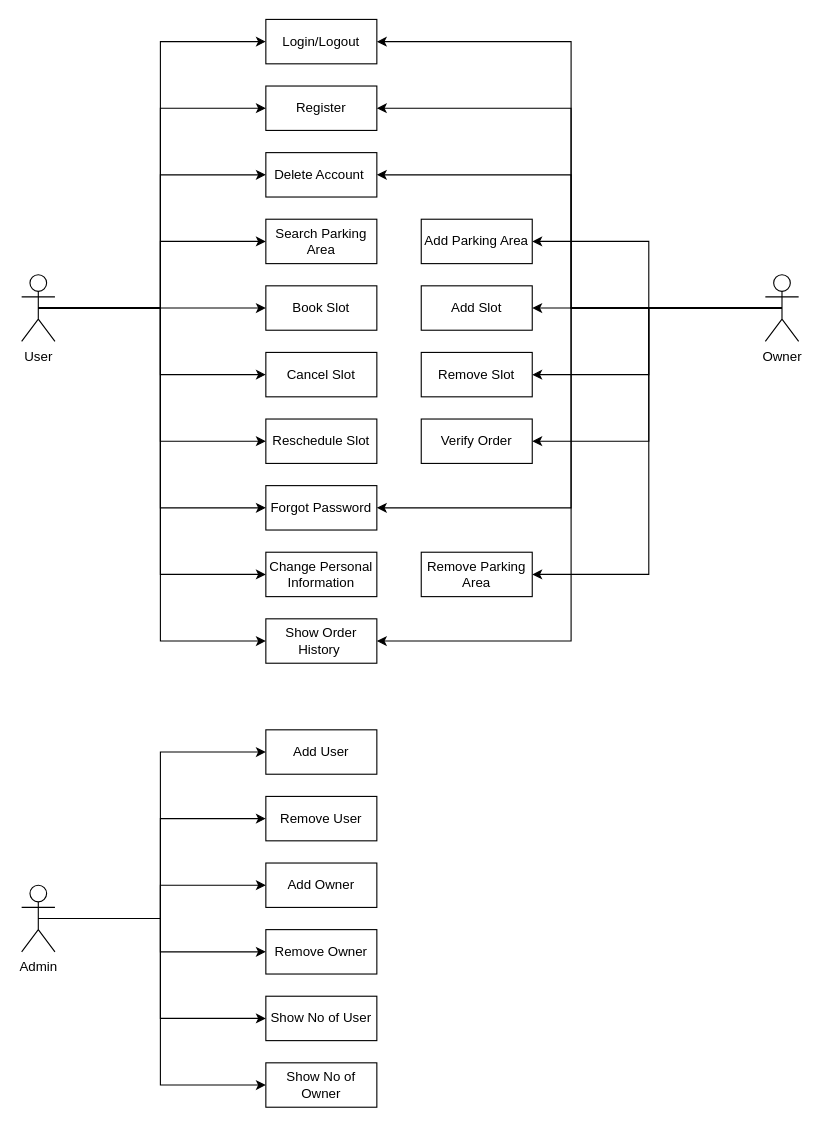
The draw.io diagram Use Case Diagram.drawio in dhavanikgithub/Capstone-Project1, before the edit. Source tidied: cells renumbered, new cells numbered last; positions are measured from the earlier drawing's top-left corner, leaving out a move shared by most shapes. Both pictures are drawn from the tidied source at 111%, with x=0, y=0 at pixel (21, 19).
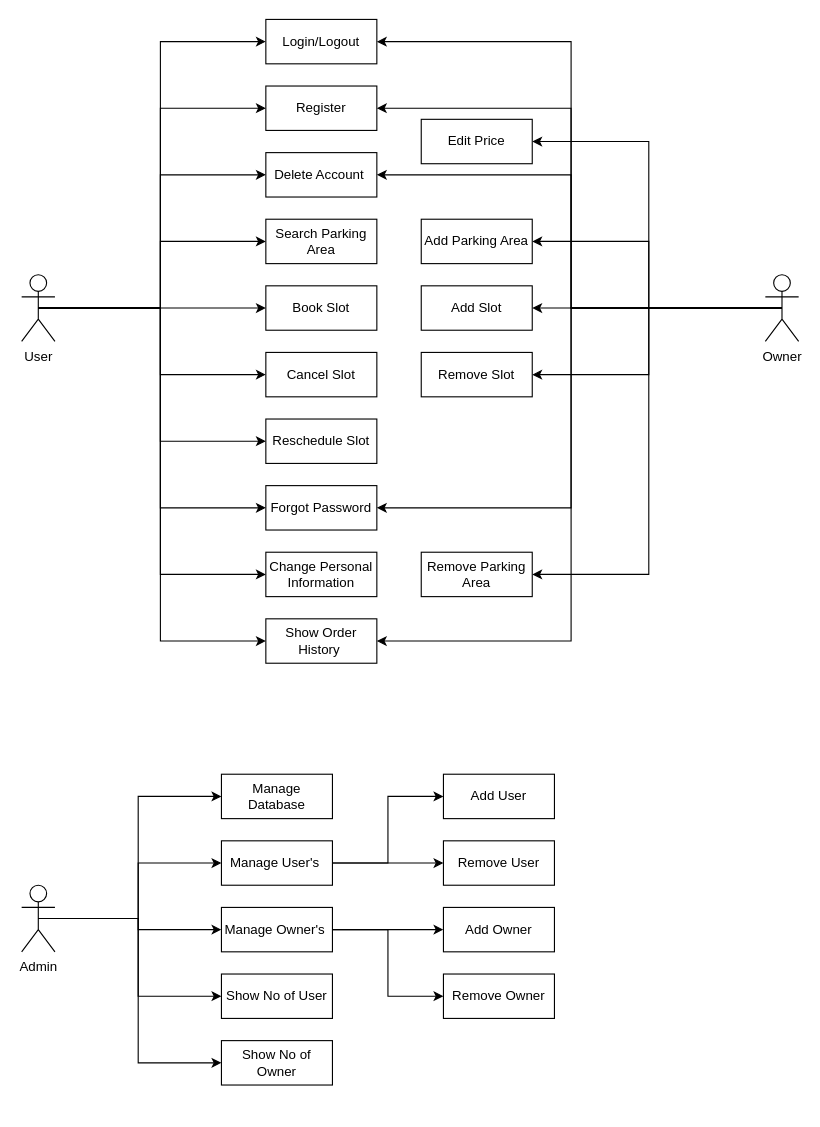
Above is the later version.

Unchanged cells that the change refers to:
```xml
<mxCell id="33" value="Owner" style="shape=umlActor;verticalLabelPosition=bottom;verticalAlign=top;html=1;outlineConnect=0;" parent="1" vertex="1">
  <mxGeometry x="670" y="230" width="30" height="60" as="geometry" />
</mxCell>
<mxCell id="45" value="Admin" style="shape=umlActor;verticalLabelPosition=bottom;verticalAlign=top;html=1;outlineConnect=0;" parent="1" vertex="1">
  <mxGeometry y="780" width="30" height="60" as="geometry" />
</mxCell>
```

Diff of the diagram source:
```diff
@@
-    <mxCell id="31" style="edgeStyle=orthogonalEdgeStyle;rounded=0;jettySize=auto;html=1;exitX=0.5;exitY=0.5;exitDx=0;exitDy=0;exitPerimeter=0;entryX=1;entryY=0.5;entryDx=0;entryDy=0;" parent="1" edge="1" source="33" target="37">
-      <mxGeometry relative="1" as="geometry" />
-    </mxCell>
@@
+    <mxCell id="52" style="edgeStyle=orthogonalEdgeStyle;rounded=0;jettySize=auto;html=1;exitX=0.5;exitY=0.5;exitDx=0;exitDy=0;exitPerimeter=0;entryX=1;entryY=0.5;entryDx=0;entryDy=0;fontSize=12;" parent="1" edge="1" source="33" target="63">
+      <mxGeometry relative="1" as="geometry" />
+    </mxCell>
@@
-    <mxCell id="37" value="Verify Order" style="rounded=0;whiteSpace=wrap;html=1;" parent="1" vertex="1">
-      <mxGeometry x="360" y="360" width="100" height="40" as="geometry" />
-    </mxCell>
@@
-    <mxCell id="39" style="edgeStyle=orthogonalEdgeStyle;rounded=0;jettySize=auto;html=1;exitX=0.5;exitY=0.5;exitDx=0;exitDy=0;exitPerimeter=0;entryX=0;entryY=0.5;entryDx=0;entryDy=0;" parent="1" edge="1" source="45" target="46">
-      <mxGeometry relative="1" as="geometry" />
-    </mxCell>
-    <mxCell id="40" style="edgeStyle=orthogonalEdgeStyle;rounded=0;jettySize=auto;html=1;exitX=0.5;exitY=0.5;exitDx=0;exitDy=0;exitPerimeter=0;entryX=0;entryY=0.5;entryDx=0;entryDy=0;" parent="1" edge="1" source="45" target="47">
-      <mxGeometry relative="1" as="geometry" />
-    </mxCell>
-    <mxCell id="41" style="edgeStyle=orthogonalEdgeStyle;rounded=0;jettySize=auto;html=1;exitX=0.5;exitY=0.5;exitDx=0;exitDy=0;exitPerimeter=0;entryX=0;entryY=0.5;entryDx=0;entryDy=0;" parent="1" edge="1" source="45" target="48">
-      <mxGeometry relative="1" as="geometry" />
-    </mxCell>
-    <mxCell id="42" style="edgeStyle=orthogonalEdgeStyle;rounded=0;jettySize=auto;html=1;exitX=0.5;exitY=0.5;exitDx=0;exitDy=0;exitPerimeter=0;entryX=0;entryY=0.5;entryDx=0;entryDy=0;" parent="1" edge="1" source="45" target="49">
-      <mxGeometry relative="1" as="geometry" />
-    </mxCell>
+    <mxCell id="53" style="edgeStyle=orthogonalEdgeStyle;rounded=0;jettySize=auto;html=1;exitX=0.5;exitY=0.5;exitDx=0;exitDy=0;exitPerimeter=0;entryX=0;entryY=0.5;entryDx=0;entryDy=0;fontSize=12;" parent="1" edge="1" source="45" target="56">
+      <mxGeometry relative="1" as="geometry" />
+    </mxCell>
+    <mxCell id="54" style="edgeStyle=orthogonalEdgeStyle;rounded=0;jettySize=auto;html=1;exitX=0.5;exitY=0.5;exitDx=0;exitDy=0;exitPerimeter=0;entryX=0;entryY=0.5;entryDx=0;entryDy=0;fontSize=12;" parent="1" edge="1" source="45" target="59">
+      <mxGeometry relative="1" as="geometry" />
+    </mxCell>
+    <mxCell id="55" style="edgeStyle=orthogonalEdgeStyle;rounded=0;jettySize=auto;html=1;exitX=0.5;exitY=0.5;exitDx=0;exitDy=0;exitPerimeter=0;entryX=0;entryY=0.5;entryDx=0;entryDy=0;fontSize=12;" parent="1" edge="1" source="45" target="62">
+      <mxGeometry relative="1" as="geometry" />
+    </mxCell>
-    <mxCell id="43" style="edgeStyle=orthogonalEdgeStyle;rounded=0;jettySize=auto;html=1;exitX=0.5;exitY=0.5;exitDx=0;exitDy=0;exitPerimeter=0;entryX=0;entryY=0.5;entryDx=0;entryDy=0;" parent="1" edge="1" source="45" target="50">
+    <mxCell id="43" style="edgeStyle=orthogonalEdgeStyle;rounded=0;jettySize=auto;html=1;exitX=0.5;exitY=0.5;exitDx=0;exitDy=0;exitPerimeter=0;entryX=0;entryY=0.5;entryDx=0;entryDy=0;fontSize=12;" parent="1" edge="1" source="45" target="50">
       <mxGeometry relative="1" as="geometry" />
     </mxCell>
-    <mxCell id="44" style="edgeStyle=orthogonalEdgeStyle;rounded=0;jettySize=auto;html=1;exitX=0.5;exitY=0.5;exitDx=0;exitDy=0;exitPerimeter=0;entryX=0;entryY=0.5;entryDx=0;entryDy=0;" parent="1" edge="1" source="45" target="51">
+    <mxCell id="44" style="edgeStyle=orthogonalEdgeStyle;rounded=0;jettySize=auto;html=1;exitX=0.5;exitY=0.5;exitDx=0;exitDy=0;exitPerimeter=0;entryX=0;entryY=0.5;entryDx=0;entryDy=0;fontSize=12;" parent="1" edge="1" source="45" target="51">
       <mxGeometry relative="1" as="geometry" />
     </mxCell>
@@
     <mxCell id="46" value="Add User" style="rounded=0;whiteSpace=wrap;html=1;" parent="1" vertex="1">
-      <mxGeometry x="220" y="640" width="100" height="40" as="geometry" />
+      <mxGeometry x="380" y="680" width="100" height="40" as="geometry" />
     </mxCell>
     <mxCell id="47" value="Remove User" style="rounded=0;whiteSpace=wrap;html=1;" parent="1" vertex="1">
-      <mxGeometry x="220" y="700" width="100" height="40" as="geometry" />
+      <mxGeometry x="380" y="740" width="100" height="40" as="geometry" />
     </mxCell>
     <mxCell id="48" value="Add Owner" style="rounded=0;whiteSpace=wrap;html=1;" parent="1" vertex="1">
-      <mxGeometry x="220" y="760" width="100" height="40" as="geometry" />
+      <mxGeometry x="380" y="800" width="100" height="40" as="geometry" />
     </mxCell>
     <mxCell id="49" value="Remove Owner" style="rounded=0;whiteSpace=wrap;html=1;" parent="1" vertex="1">
-      <mxGeometry x="220" y="820" width="100" height="40" as="geometry" />
+      <mxGeometry x="380" y="860" width="100" height="40" as="geometry" />
     </mxCell>
     <mxCell id="50" value="Show No of User" style="rounded=0;whiteSpace=wrap;html=1;" parent="1" vertex="1">
-      <mxGeometry x="220" y="880" width="100" height="40" as="geometry" />
+      <mxGeometry x="180" y="860" width="100" height="40" as="geometry" />
     </mxCell>
     <mxCell id="51" value="Show No of Owner" style="rounded=0;whiteSpace=wrap;html=1;" parent="1" vertex="1">
-      <mxGeometry x="220" y="940" width="100" height="40" as="geometry" />
+      <mxGeometry x="180" y="920" width="100" height="40" as="geometry" />
     </mxCell>
+    <mxCell id="56" value="Manage Database" style="rounded=0;whiteSpace=wrap;html=1;" parent="1" vertex="1">
+      <mxGeometry x="180" y="680" width="100" height="40" as="geometry" />
+    </mxCell>
+    <mxCell id="57" style="edgeStyle=orthogonalEdgeStyle;rounded=0;jettySize=auto;html=1;exitX=1;exitY=0.5;exitDx=0;exitDy=0;entryX=0;entryY=0.5;entryDx=0;entryDy=0;fontSize=12;" parent="1" edge="1" source="59" target="46">
+      <mxGeometry relative="1" as="geometry" />
+    </mxCell>
+    <mxCell id="58" style="edgeStyle=orthogonalEdgeStyle;rounded=0;jettySize=auto;html=1;exitX=1;exitY=0.5;exitDx=0;exitDy=0;fontSize=12;" parent="1" edge="1" source="59" target="47">
+      <mxGeometry relative="1" as="geometry" />
+    </mxCell>
+    <mxCell id="59" value="Manage User's&amp;nbsp;" style="rounded=0;whiteSpace=wrap;html=1;" parent="1" vertex="1">
+      <mxGeometry x="180" y="740" width="100" height="40" as="geometry" />
+    </mxCell>
+    <mxCell id="60" style="edgeStyle=orthogonalEdgeStyle;rounded=0;jettySize=auto;html=1;exitX=1;exitY=0.5;exitDx=0;exitDy=0;entryX=0;entryY=0.5;entryDx=0;entryDy=0;fontSize=12;" parent="1" edge="1" source="62" target="48">
+      <mxGeometry relative="1" as="geometry" />
+    </mxCell>
+    <mxCell id="61" style="edgeStyle=orthogonalEdgeStyle;rounded=0;jettySize=auto;html=1;exitX=1;exitY=0.5;exitDx=0;exitDy=0;entryX=0;entryY=0.5;entryDx=0;entryDy=0;fontSize=12;" parent="1" edge="1" source="62" target="49">
+      <mxGeometry relative="1" as="geometry" />
+    </mxCell>
+    <mxCell id="62" value="Manage Owner's&amp;nbsp;" style="rounded=0;whiteSpace=wrap;html=1;" parent="1" vertex="1">
+      <mxGeometry x="180" y="800" width="100" height="40" as="geometry" />
+    </mxCell>
+    <mxCell id="63" value="Edit Price" style="rounded=0;whiteSpace=wrap;html=1;" parent="1" vertex="1">
+      <mxGeometry x="360" y="90" width="100" height="40" as="geometry" />
+    </mxCell>
```
